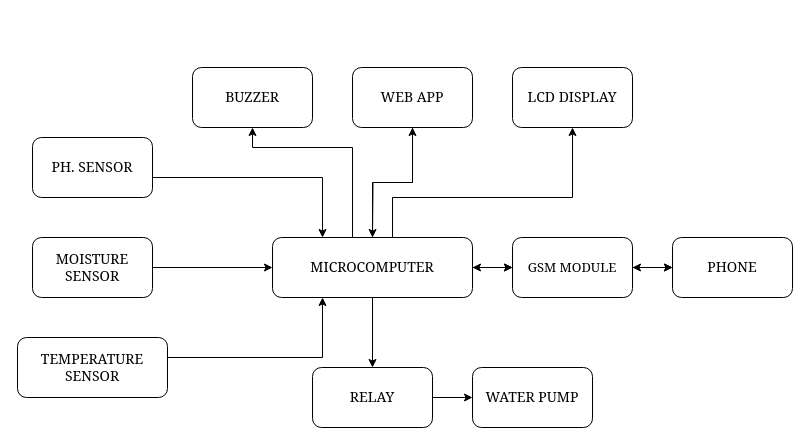
This is _Add.Inn/_Diagrams/Block_diagram.drawio from Err555/Smart-Irrigation-System, a draw.io file, before an edit. Source tidied: cells renumbered, new cells numbered last; positions are measured from the earlier drawing's top-left corner, leaving out a move shared by most shapes. Both pictures are drawn from the tidied source at 100%, with x=0, y=0 at pixel (17, 67).
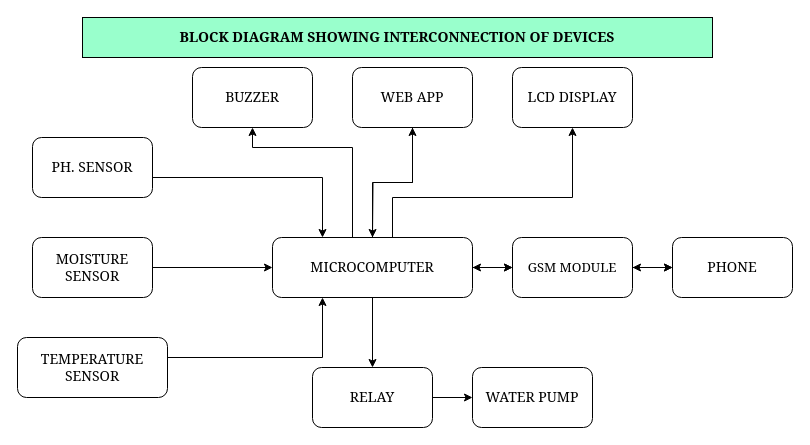
The same diagram, later.

What changed in the source:
```diff
@@
+    <mxCell id="26" value="&lt;b&gt;BLOCK DIAGRAM SHOWING INTERCONNECTION OF DEVICES&lt;/b&gt;" style="rounded=0;whiteSpace=wrap;html=1;fontFamily=Georgia;fontSize=14;fillColor=#99FFCC;" parent="1" vertex="1">
+      <mxGeometry x="65" y="-50" width="630" height="40" as="geometry" />
+    </mxCell>
```
